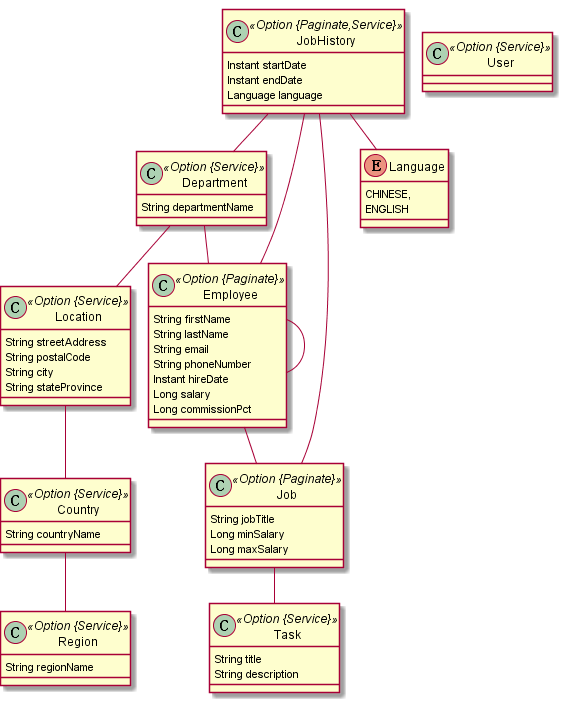
Above: jhipster-jdl.png in yingw/jhipster-demo (PlantUML), before the change.
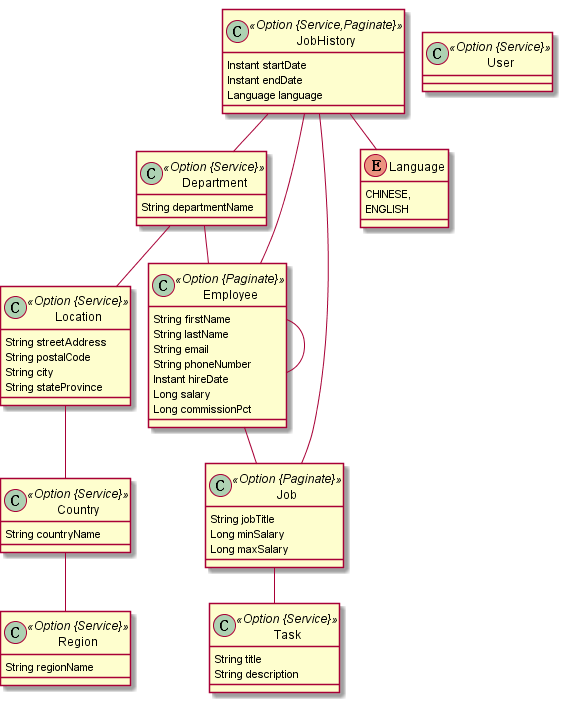
Above is the later version.

Change to the diagram source:
```diff
@@ -34,7 +34,7 @@
 		Long minSalary
 		Long maxSalary
 	}
-	class JobHistory <<Option {Paginate,Service}>> {
+	class JobHistory <<Option {Service,Paginate}>> {
 		Instant startDate
 		Instant endDate
 		Language language
```
